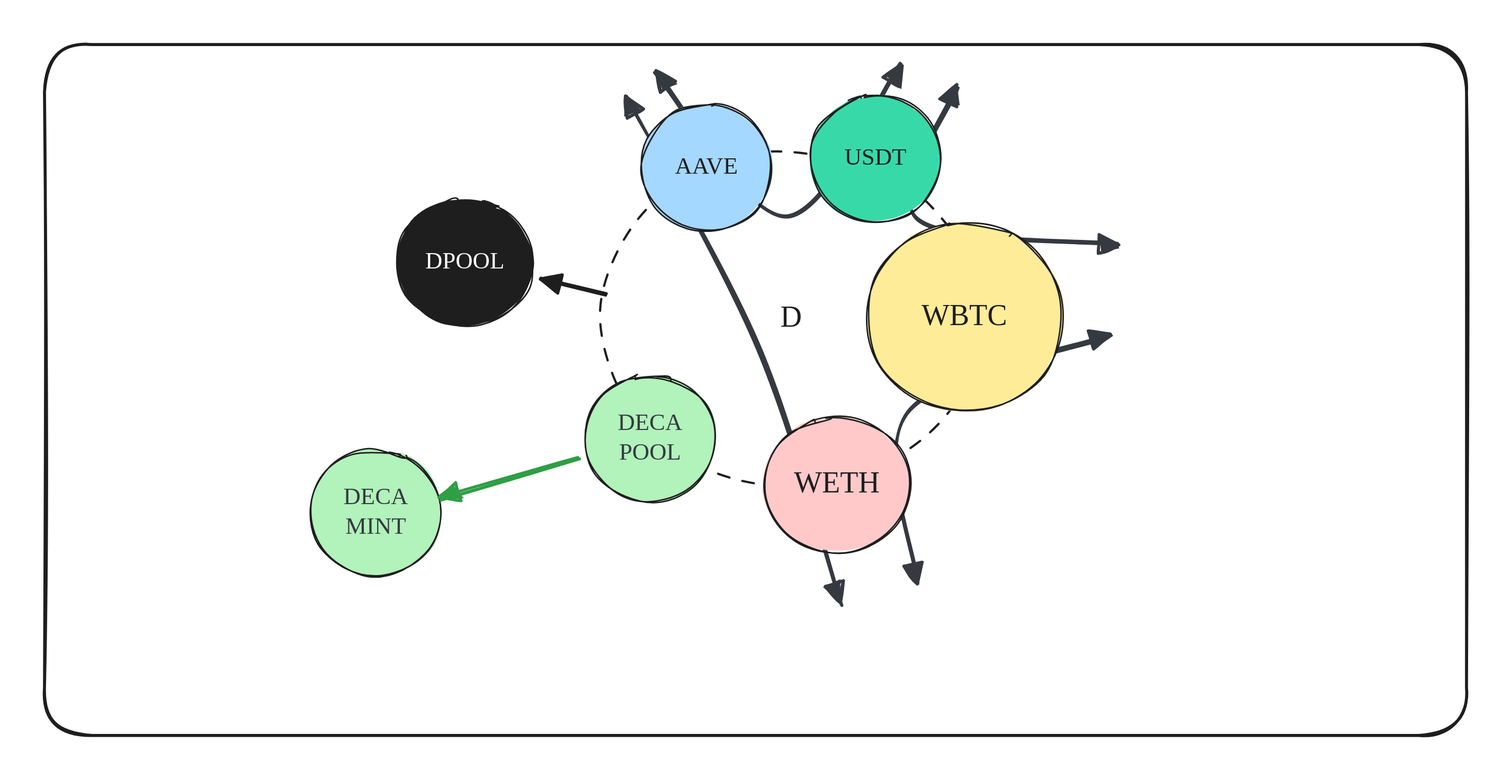
The Excalidraw diagram .gitbook/assets/file.excalidraw (5).svg in decaswap-labs/docs, before a commit. Source tidied: one line per element, renumbered; positions are measured from the earlier drawing's top-left corner, leaving out a move shared by most shapes.
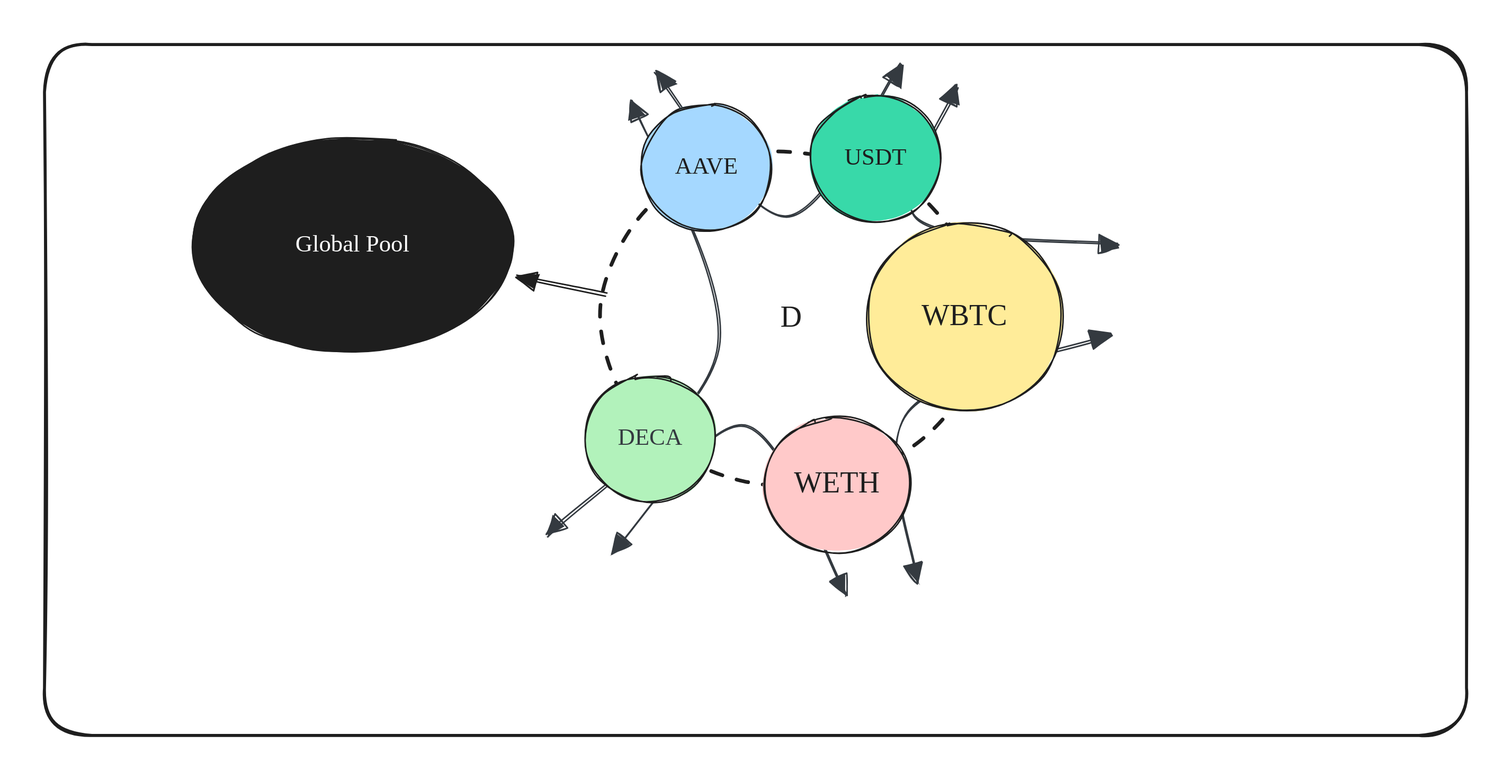
Later version of the same file.

What changed in the source:
```diff
@@ -1,9 +1,10 @@
+{"id": 23, "type": "arrow", "strokeColor": "#343a40", "backgroundColor": "#a5d8ff", "fillStyle": "solid", "strokeWidth": 1, "roughness": 1, "startArrowhead": "triangle", "endArrowhead": "triangle", "round": true, "x": 541, "y": 397, "width": 158, "height": 113, "points": [[0, 0], [-69, -113], [-158, -28]]}
 {"id": 0, "type": "rectangle", "strokeColor": "#1e1e1e", "strokeWidth": 2, "roughness": 1, "round": true, "x": 0, "y": 26, "width": 959, "height": 466}
-{"id": 1, "type": "arrow", "strokeColor": "#343a40", "angle": 1.32, "backgroundColor": "#a5d8ff", "fillStyle": "solid", "strokeWidth": 2, "roughness": 1, "startArrowhead": "triangle", "endArrowhead": "triangle", "round": true, "x": 648, "y": 203, "width": 368, "height": 57, "points": [[0, 0], [-180, 12], [-368, 57]]}
+{"id": 1, "type": "arrow", "strokeColor": "#343a40", "angle": 1.32, "backgroundColor": "#a5d8ff", "fillStyle": "solid", "strokeWidth": 1, "roughness": 1, "startArrowhead": "triangle", "endArrowhead": "triangle", "round": true, "x": 509, "y": 279, "width": 270, "height": 141, "points": [[0, 0], [-91, -141], [-270, -127]]}
-{"id": 2, "type": "arrow", "strokeColor": "#343a40", "angle": 4.89, "backgroundColor": "#a5d8ff", "fillStyle": "solid", "strokeWidth": 2, "roughness": 1, "startArrowhead": "triangle", "endArrowhead": "triangle", "round": true, "x": 511, "y": 0, "width": 116, "height": 162, "points": [[0, 0], [-81, 105], [34, 162]]}
+{"id": 2, "type": "arrow", "strokeColor": "#343a40", "angle": 4.89, "backgroundColor": "#a5d8ff", "fillStyle": "solid", "strokeWidth": 1, "roughness": 1, "startArrowhead": "triangle", "endArrowhead": "triangle", "round": true, "x": 511, "y": 0, "width": 116, "height": 162, "points": [[0, 0], [-81, 105], [34, 162]]}
-{"id": 3, "type": "arrow", "strokeColor": "#343a40", "angle": 5.41, "backgroundColor": "#a5d8ff", "fillStyle": "solid", "strokeWidth": 2, "roughness": 1, "startArrowhead": "triangle", "endArrowhead": "triangle", "round": true, "x": 689, "y": 60, "width": 86, "height": 151, "points": [[0, 0], [-86, 36], [-13, 151]]}
+{"id": 3, "type": "arrow", "strokeColor": "#343a40", "angle": 5.41, "backgroundColor": "#a5d8ff", "fillStyle": "solid", "strokeWidth": 1, "roughness": 1, "startArrowhead": "triangle", "endArrowhead": "triangle", "round": true, "x": 689, "y": 60, "width": 86, "height": 151, "points": [[0, 0], [-86, 36], [-13, 151]]}
-{"id": 4, "type": "arrow", "strokeColor": "#343a40", "backgroundColor": "#a5d8ff", "fillStyle": "solid", "strokeWidth": 2, "roughness": 1, "startArrowhead": "triangle", "endArrowhead": "triangle", "round": true, "x": 718, "y": 222, "width": 137, "height": 167, "points": [[0, 0], [-137, 51], [-130, 167]]}
+{"id": 4, "type": "arrow", "strokeColor": "#343a40", "backgroundColor": "#a5d8ff", "fillStyle": "solid", "strokeWidth": 1, "roughness": 1, "startArrowhead": "triangle", "endArrowhead": "triangle", "round": true, "x": 718, "y": 222, "width": 137, "height": 167, "points": [[0, 0], [-137, 51], [-130, 167]]}
-{"id": 5, "type": "ellipse", "strokeColor": "#1e1e1e", "strokeWidth": 1, "strokeStyle": "dashed", "roughness": 1, "round": true, "x": 375, "y": 98, "width": 256, "height": 225}
+{"id": 5, "type": "ellipse", "strokeColor": "#1e1e1e", "strokeWidth": 2, "strokeStyle": "dashed", "roughness": 1, "round": true, "x": 375, "y": 98, "width": 256, "height": 225}
 {"id": 6, "type": "text", "text": "D", "strokeColor": "#1e1e1e", "strokeWidth": 1, "strokeStyle": "dashed", "roughness": 0, "fontSize": 20, "fontFamily": 5, "textAlign": "center", "verticalAlign": "middle", "inside": 5, "x": 496, "y": 198, "width": 14, "height": 25}
 {"id": 7, "type": "ellipse", "strokeColor": "#1e1e1e", "backgroundColor": "#ffec99", "fillStyle": "solid", "strokeWidth": 1, "roughness": 1, "round": true, "x": 554, "y": 146, "width": 132, "height": 127}
 {"id": 8, "type": "text", "text": "WBTC", "strokeColor": "#1e1e1e", "backgroundColor": "#ffec99", "fillStyle": "solid", "strokeWidth": 1, "roughness": 0, "fontSize": 20, "fontFamily": 5, "textAlign": "center", "verticalAlign": "middle", "inside": 7, "x": 591, "y": 197, "width": 58, "height": 25}
@@ -13,11 +14,8 @@
 {"id": 12, "type": "text", "text": "USDT", "strokeColor": "#1e1e1e", "backgroundColor": "#b2f2bb", "fillStyle": "solid", "strokeWidth": 1, "roughness": 0, "fontSize": 16, "fontFamily": 5, "textAlign": "center", "verticalAlign": "middle", "inside": 11, "x": 539, "y": 93, "width": 42, "height": 20}
 {"id": 13, "type": "ellipse", "strokeColor": "#1e1e1e", "backgroundColor": "#a5d8ff", "fillStyle": "solid", "strokeWidth": 1, "roughness": 1, "round": true, "x": 402, "y": 66, "width": 88, "height": 85}
 {"id": 14, "type": "text", "text": "AAVE", "strokeColor": "#1e1e1e", "backgroundColor": "#b2f2bb", "fillStyle": "solid", "strokeWidth": 1, "roughness": 0, "fontSize": 16, "fontFamily": 5, "textAlign": "center", "verticalAlign": "middle", "inside": 13, "x": 425, "y": 99, "width": 42, "height": 20}
-{"id": 15, "type": "ellipse", "strokeColor": "#1e1e1e", "backgroundColor": "#1e1e1e", "fillStyle": "solid", "strokeWidth": 1, "roughness": 1, "round": true, "x": 237, "y": 130, "width": 92, "height": 85}
+{"id": 15, "type": "ellipse", "strokeColor": "#1e1e1e", "backgroundColor": "#1e1e1e", "fillStyle": "solid", "strokeWidth": 1, "roughness": 1, "round": true, "x": 99, "y": 89, "width": 216, "height": 144}
-{"id": 16, "type": "text", "text": "DPOOL", "strokeColor": "#ffffff", "backgroundColor": "#b2f2bb", "fillStyle": "solid", "strokeWidth": 1, "roughness": 0, "fontSize": 16, "fontFamily": 5, "textAlign": "center", "verticalAlign": "middle", "inside": 15, "x": 257, "y": 163, "width": 53, "height": 20}
+{"id": 16, "type": "text", "text": "Global Pool", "strokeColor": "#ffffff", "backgroundColor": "#b2f2bb", "fillStyle": "solid", "strokeWidth": 1, "roughness": 0, "fontSize": 16, "fontFamily": 5, "textAlign": "center", "verticalAlign": "middle", "inside": 15, "x": 169, "y": 151, "width": 77, "height": 20}
 {"id": 17, "type": "ellipse", "strokeColor": "#1e1e1e", "backgroundColor": "#b2f2bb", "fillStyle": "solid", "strokeWidth": 1, "roughness": 1, "round": true, "x": 364, "y": 249, "width": 88, "height": 85}
-{"id": 18, "type": "text", "text": "DECA\nPOOL", "strokeColor": "#343a40", "backgroundColor": "#b2f2bb", "fillStyle": "solid", "strokeWidth": 1, "roughness": 0, "fontSize": 16, "fontFamily": 5, "textAlign": "center", "verticalAlign": "middle", "inside": 17, "x": 387, "y": 272, "width": 44, "height": 40}
+{"id": 18, "type": "text", "text": "DECA", "strokeColor": "#343a40", "backgroundColor": "#b2f2bb", "fillStyle": "solid", "strokeWidth": 1, "roughness": 0, "fontSize": 16, "fontFamily": 5, "textAlign": "center", "verticalAlign": "middle", "inside": 17, "x": 387, "y": 282, "width": 44, "height": 20}
-{"id": 19, "type": "ellipse", "strokeColor": "#1e1e1e", "backgroundColor": "#b2f2bb", "fillStyle": "solid", "strokeWidth": 1, "roughness": 1, "round": true, "x": 179, "y": 299, "width": 88, "height": 85}
-{"id": 20, "type": "text", "text": "DECA\nMINT", "strokeColor": "#343a40", "backgroundColor": "#b2f2bb", "fillStyle": "solid", "strokeWidth": 1, "roughness": 0, "fontSize": 16, "fontFamily": 5, "textAlign": "center", "verticalAlign": "middle", "inside": 19, "x": 202, "y": 322, "width": 44, "height": 40}
-{"id": 21, "type": "arrow", "strokeColor": "#2f9e44", "backgroundColor": "#a5d8ff", "fillStyle": "solid", "strokeWidth": 2, "roughness": 1, "endArrowhead": "triangle", "round": true, "from": 17, "to": 19, "x": 360, "y": 305, "width": 92, "height": 27, "points": [[0, 0], [-92, 27]]}
-{"id": 22, "type": "arrow", "strokeColor": "#1e1e1e", "backgroundColor": "#a5d8ff", "fillStyle": "solid", "strokeWidth": 2, "roughness": 1, "endArrowhead": "triangle", "round": true, "to": 15, "x": 378, "y": 194, "width": 44, "height": 11, "points": [[0, 0], [-44, -11]]}
+{"id": 22, "type": "arrow", "strokeColor": "#1e1e1e", "backgroundColor": "#a5d8ff", "fillStyle": "solid", "strokeWidth": 1, "roughness": 1, "endArrowhead": "triangle", "round": true, "to": 15, "x": 378, "y": 194, "width": 61, "height": 13, "points": [[0, 0], [-61, -13]]}
```
